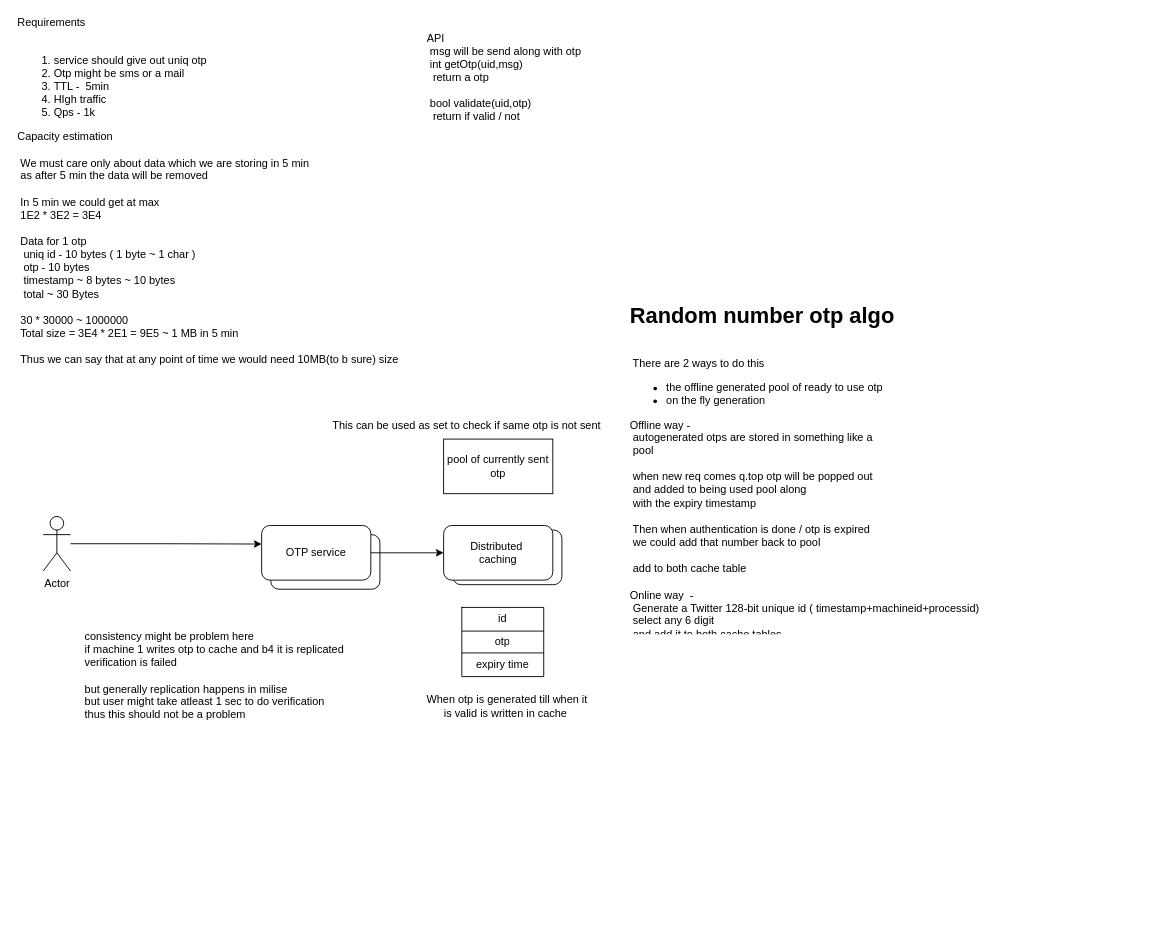
Before: OTP Service.drawio in ashtnemi448/Ashtnemi-System-Design, a draw.io diagram. Source tidied: cells renumbered, new cells numbered last; positions are measured from the earlier drawing's top-left corner, leaving out a move shared by most shapes. Both pictures are drawn from the tidied source at 91%, with x=0, y=0 at pixel (15, 15).
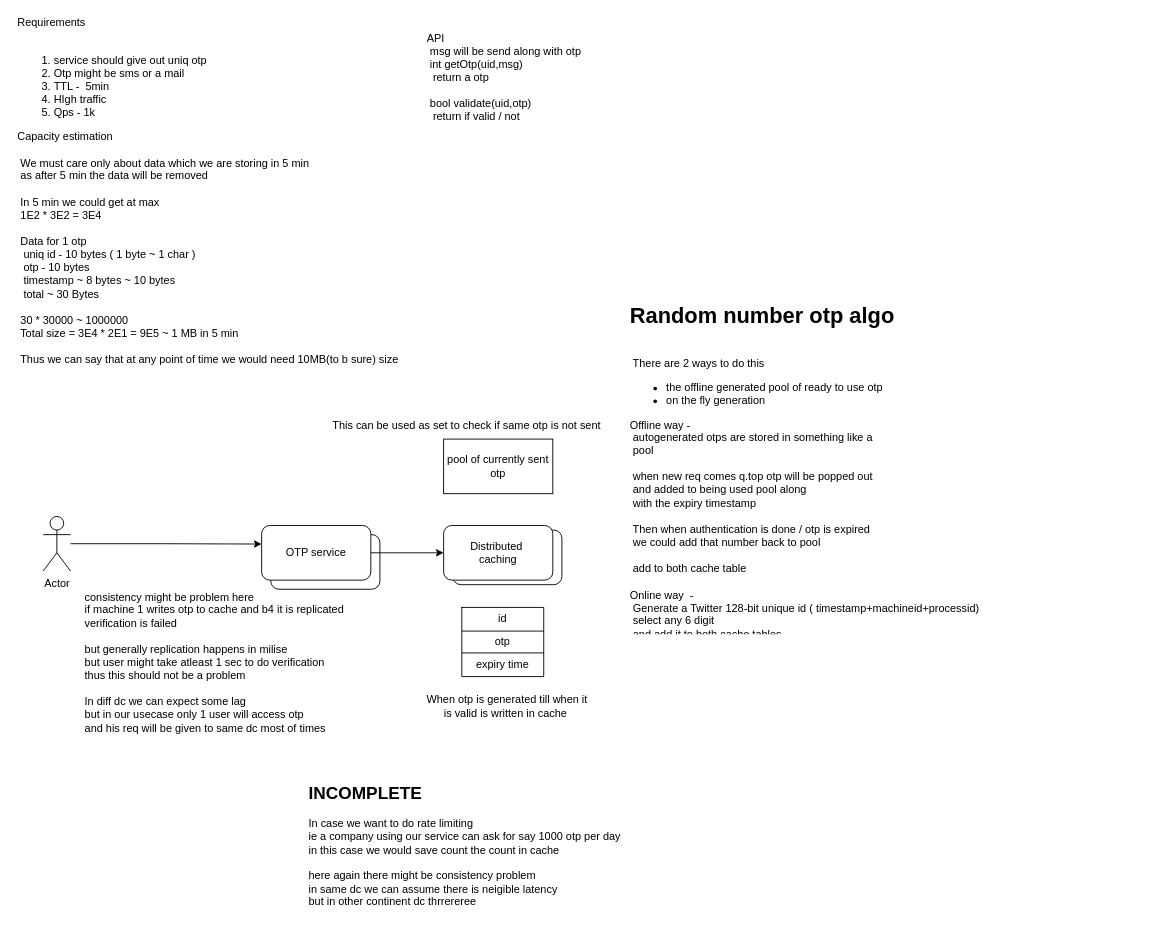
The same page after the edit.

Diff of the diagram source:
```diff
@@
-    <mxCell id="23" value="&lt;div style=&quot;text-align: left&quot;&gt;&lt;span&gt;consistency might be problem here&lt;/span&gt;&lt;/div&gt;&lt;div style=&quot;text-align: left&quot;&gt;&lt;span&gt;if machine 1 writes otp to cache and b4 it is replicated&amp;nbsp;&lt;/span&gt;&lt;/div&gt;&lt;div style=&quot;text-align: left&quot;&gt;&lt;span&gt;verification is failed&amp;nbsp;&lt;/span&gt;&lt;/div&gt;&lt;div style=&quot;text-align: left&quot;&gt;&lt;br&gt;&lt;/div&gt;&lt;div style=&quot;text-align: left&quot;&gt;&lt;span&gt;but generally replication happens in milise&amp;nbsp;&lt;/span&gt;&lt;/div&gt;&lt;div style=&quot;text-align: left&quot;&gt;&lt;span&gt;but user might take atleast 1 sec to do verification&amp;nbsp;&lt;/span&gt;&lt;/div&gt;&lt;div style=&quot;text-align: left&quot;&gt;&lt;span&gt;thus this should not be a problem&lt;/span&gt;&lt;/div&gt;" style="text;html=1;strokeColor=none;fillColor=none;align=center;verticalAlign=middle;whiteSpace=wrap;rounded=0;" parent="1" vertex="1">
+    <mxCell id="23" value="&lt;div style=&quot;text-align: left&quot;&gt;&lt;span&gt;consistency might be problem here&lt;/span&gt;&lt;/div&gt;&lt;div style=&quot;text-align: left&quot;&gt;&lt;span&gt;if machine 1 writes otp to cache and b4 it is replicated&amp;nbsp;&lt;/span&gt;&lt;/div&gt;&lt;div style=&quot;text-align: left&quot;&gt;&lt;span&gt;verification is failed&amp;nbsp;&lt;/span&gt;&lt;/div&gt;&lt;div style=&quot;text-align: left&quot;&gt;&lt;br&gt;&lt;/div&gt;&lt;div style=&quot;text-align: left&quot;&gt;&lt;span&gt;but generally replication happens in milise&amp;nbsp;&lt;/span&gt;&lt;/div&gt;&lt;div style=&quot;text-align: left&quot;&gt;&lt;span&gt;but user might take atleast 1 sec to do verification&amp;nbsp;&lt;/span&gt;&lt;/div&gt;&lt;div style=&quot;text-align: left&quot;&gt;&lt;span&gt;thus this should not be a problem&lt;/span&gt;&lt;/div&gt;&lt;div style=&quot;text-align: left&quot;&gt;&lt;span&gt;&lt;br&gt;&lt;/span&gt;&lt;/div&gt;&lt;div style=&quot;text-align: left&quot;&gt;&lt;span&gt;In diff dc we can expect some lag&amp;nbsp;&lt;/span&gt;&lt;/div&gt;&lt;div style=&quot;text-align: left&quot;&gt;&lt;span&gt;but in our usecase only 1 user will access otp&amp;nbsp;&lt;/span&gt;&lt;/div&gt;&lt;div style=&quot;text-align: left&quot;&gt;&lt;span&gt;and his req will be given to same dc most of times&amp;nbsp;&lt;/span&gt;&lt;/div&gt;&lt;div style=&quot;text-align: left&quot;&gt;&lt;span&gt;&lt;br&gt;&lt;/span&gt;&lt;/div&gt;&lt;div style=&quot;text-align: left&quot;&gt;&lt;span&gt;&lt;br&gt;&lt;/span&gt;&lt;/div&gt;" style="text;html=1;strokeColor=none;fillColor=none;align=center;verticalAlign=middle;whiteSpace=wrap;rounded=0;" parent="1" vertex="1">
       <mxGeometry x="70" y="650" width="300" height="150" as="geometry" />
     </mxCell>
@@
+    <mxCell id="25" value="&lt;b&gt;&lt;font style=&quot;font-size: 19px&quot;&gt;INCOMPLETE&lt;/font&gt;&lt;/b&gt;&lt;br&gt;&lt;br&gt;In case we want to do rate limiting&amp;nbsp;&lt;br&gt;ie a company using our service can ask for say 1000 otp per day&amp;nbsp;&lt;br&gt;in this case we would save count the count in cache&lt;br&gt;&lt;br&gt;here again there might be consistency problem&lt;br&gt;in same dc we can assume there is neigible latency&lt;br&gt;but in other continent dc thrrereree" style="text;html=1;strokeColor=none;fillColor=none;align=left;verticalAlign=middle;whiteSpace=wrap;rounded=0;" parent="1" vertex="1">
+      <mxGeometry x="320" y="830" width="350" height="164" as="geometry" />
+    </mxCell>
```
